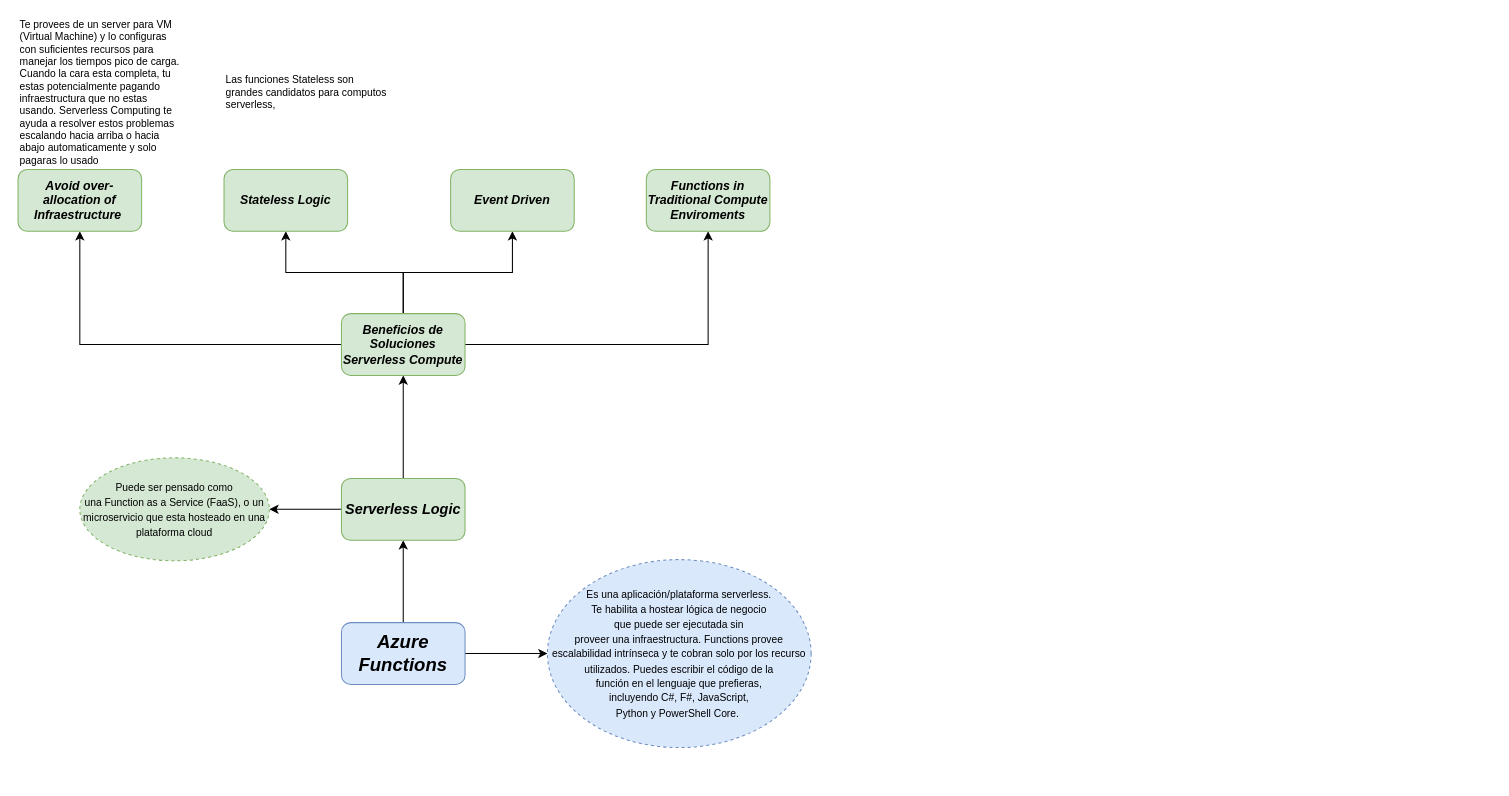
Before: Azure Functions.drawio in Redcouz/AzureDevOpsDiagram, a draw.io diagram. Source tidied: cells renumbered, new cells numbered last; positions are measured from the earlier drawing's top-left corner, leaving out a move shared by most shapes. Both pictures are drawn from the tidied source at 103%, with x=0, y=0 at pixel (18, 76).
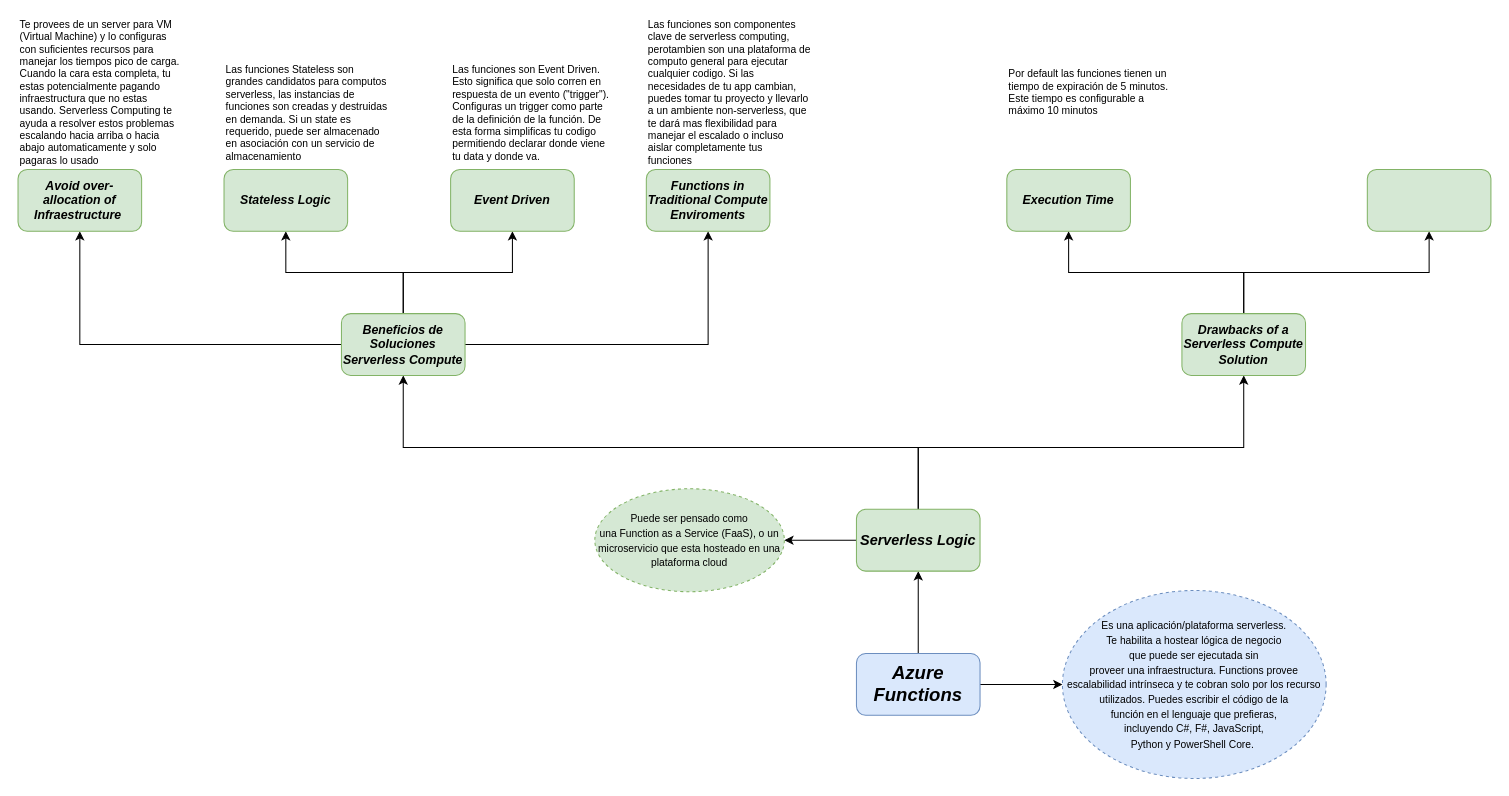
The same diagram, later.

The change refers to these unchanged cells:
```xml
<mxCell id="12" value="&lt;b&gt;&lt;i&gt;Beneficios de Soluciones Serverless Compute&lt;/i&gt;&lt;/b&gt;" style="whiteSpace=wrap;html=1;rounded=1;strokeColor=#82b366;fillColor=#d5e8d4;" parent="1" vertex="1">
  <mxGeometry x="314" y="230" width="120" height="60" as="geometry" />
</mxCell>
```

The edit, as a diff of the source:
```diff
@@
     <mxCell id="3" style="edgeStyle=orthogonalEdgeStyle;rounded=0;jettySize=auto;html=1;fontSize=14;" parent="1" edge="1" source="4" target="13">
       <mxGeometry relative="1" as="geometry">
         <Array as="points">
-          <mxPoint x="500" y="560" />
-          <mxPoint x="500" y="560" />
+          <mxPoint x="1000" y="590" />
+          <mxPoint x="1000" y="590" />
         </Array>
       </mxGeometry>
     </mxCell>
     <mxCell id="4" value="&lt;b&gt;&lt;i&gt;&lt;font style=&quot;font-size: 18px&quot;&gt;Azure Functions&lt;/font&gt;&lt;/i&gt;&lt;/b&gt;" style="rounded=1;whiteSpace=wrap;html=1;fillColor=#dae8fc;strokeColor=#6c8ebf;" parent="1" vertex="1">
-      <mxGeometry x="314" y="530" width="120" height="60" as="geometry" />
+      <mxGeometry x="814" y="560" width="120" height="60" as="geometry" />
     </mxCell>
     <mxCell id="5" style="edgeStyle=orthogonalEdgeStyle;rounded=0;jettySize=auto;html=1;fontSize=14;" parent="1" edge="1" source="7" target="12">
       <mxGeometry relative="1" as="geometry">
         <Array as="points">
-          <mxPoint x="374" y="330" />
-          <mxPoint x="374" y="330" />
+          <mxPoint x="874" y="360" />
+          <mxPoint x="374" y="360" />
         </Array>
       </mxGeometry>
     </mxCell>
@@
+    <mxCell id="21" style="edgeStyle=orthogonalEdgeStyle;rounded=0;jettySize=auto;html=1;fontSize=10;" parent="1" edge="1" source="7" target="26">
+      <mxGeometry relative="1" as="geometry">
+        <Array as="points">
+          <mxPoint x="874" y="360" />
+          <mxPoint x="1190" y="360" />
+        </Array>
+      </mxGeometry>
+    </mxCell>
     <mxCell id="7" value="&lt;font style=&quot;font-size: 14px&quot;&gt;&lt;b&gt;&lt;i&gt;Serverless Logic&lt;/i&gt;&lt;/b&gt;&lt;/font&gt;" style="whiteSpace=wrap;html=1;rounded=1;strokeColor=#82b366;fillColor=#d5e8d4;" parent="1" vertex="1">
-      <mxGeometry x="314" y="390" width="120" height="60" as="geometry" />
+      <mxGeometry x="814" y="420" width="120" height="60" as="geometry" />
     </mxCell>
@@
     <mxCell id="13" value="&lt;font style=&quot;font-size: 10px&quot;&gt;Es una aplicación/plataforma serverless. &lt;br&gt;Te habilita a hostear lógica de negocio &lt;br&gt;que puede ser ejecutada sin &lt;br&gt;proveer una infraestructura. Functions provee escalabilidad intrínseca y te cobran solo por los recurso utilizados. Puedes escribir el código de la &lt;br&gt;función en el lenguaje que prefieras, &lt;br&gt;incluyendo C#, F#, JavaScript, &lt;br&gt;Python y PowerShell Core.&amp;nbsp;&lt;/font&gt;" style="ellipse;whiteSpace=wrap;html=1;rounded=1;strokeColor=#6c8ebf;fillColor=#dae8fc;dashed=1;" parent="1" vertex="1">
-      <mxGeometry x="514" y="468.8" width="256" height="182.5" as="geometry" />
+      <mxGeometry x="1014" y="498.8" width="256" height="182.5" as="geometry" />
     </mxCell>
     <mxCell id="14" value="&lt;font style=&quot;font-size: 10px&quot;&gt;Puede ser pensado como &lt;br&gt;una Function as a Service (FaaS), o un microservicio que esta hosteado en una plataforma cloud&lt;/font&gt;" style="ellipse;whiteSpace=wrap;html=1;rounded=1;strokeColor=#82b366;fillColor=#d5e8d4;dashed=1;" parent="1" vertex="1">
-      <mxGeometry x="60" y="370" width="184" height="100" as="geometry" />
+      <mxGeometry x="560" y="400" width="184" height="100" as="geometry" />
     </mxCell>
@@
-    <mxCell id="20" value="Las funciones Stateless son grandes candidatos para computos serverless,&amp;nbsp;" style="text;html=1;strokeColor=none;fillColor=none;align=left;verticalAlign=middle;whiteSpace=wrap;rounded=0;dashed=1;fontSize=10;" parent="1" vertex="1">
-      <mxGeometry x="200" width="160" height="30" as="geometry" />
+    <mxCell id="20" value="Las funciones Stateless son grandes candidatos para computos serverless, las instancias de funciones son creadas y destruidas en demanda. Si un state es requerido, puede ser almacenado en asociación con un servicio de almacenamiento" style="text;html=1;strokeColor=none;fillColor=none;align=left;verticalAlign=middle;whiteSpace=wrap;rounded=0;dashed=1;fontSize=10;" parent="1" vertex="1">
+      <mxGeometry x="200" y="20" width="160" height="30" as="geometry" />
     </mxCell>
+    <mxCell id="22" value="Las funciones son Event Driven. Esto significa que solo corren en respuesta de un evento (&quot;trigger&quot;). Configuras un trigger como parte de la definición de la función. De esta forma simplificas tu codigo permitiendo declarar donde viene tu data y donde va.&amp;nbsp;&amp;nbsp;" style="text;html=1;strokeColor=none;fillColor=none;align=left;verticalAlign=middle;whiteSpace=wrap;rounded=0;dashed=1;fontSize=10;" parent="1" vertex="1">
+      <mxGeometry x="420" y="20" width="160" height="30" as="geometry" />
+    </mxCell>
+    <mxCell id="23" value="Las funciones son componentes clave de serverless computing, perotambien son una plataforma de computo general para ejecutar cualquier codigo. Si las necesidades de tu app cambian, puedes tomar tu proyecto y llevarlo a un ambiente non-serverless, que te dará mas flexibilidad para manejar el escalado o incluso aislar completamente tus funciones&amp;nbsp;" style="text;html=1;strokeColor=none;fillColor=none;align=left;verticalAlign=middle;whiteSpace=wrap;rounded=0;dashed=1;fontSize=10;" parent="1" vertex="1">
+      <mxGeometry x="610" width="160" height="30" as="geometry" />
+    </mxCell>
+    <mxCell id="24" style="edgeStyle=orthogonalEdgeStyle;rounded=0;jettySize=auto;html=1;fontSize=10;" parent="1" edge="1" source="26" target="27">
+      <mxGeometry relative="1" as="geometry">
+        <Array as="points">
+          <mxPoint x="1190" y="190" />
+          <mxPoint x="1020" y="190" />
+        </Array>
+      </mxGeometry>
+    </mxCell>
+    <mxCell id="25" style="edgeStyle=orthogonalEdgeStyle;rounded=0;jettySize=auto;html=1;fontSize=10;" parent="1" edge="1" source="26" target="28">
+      <mxGeometry relative="1" as="geometry">
+        <Array as="points">
+          <mxPoint x="1190" y="190" />
+          <mxPoint x="1370" y="190" />
+        </Array>
+      </mxGeometry>
+    </mxCell>
+    <mxCell id="26" value="&lt;b&gt;&lt;i&gt;Drawbacks of a Serverless Compute Solution&lt;/i&gt;&lt;/b&gt;" style="whiteSpace=wrap;html=1;rounded=1;strokeColor=#82b366;fillColor=#d5e8d4;" parent="1" vertex="1">
+      <mxGeometry x="1130" y="230" width="120" height="60" as="geometry" />
+    </mxCell>
+    <mxCell id="27" value="&lt;i&gt;&lt;b&gt;Execution Time&lt;/b&gt;&lt;/i&gt;" style="whiteSpace=wrap;html=1;rounded=1;strokeColor=#82b366;fillColor=#d5e8d4;" parent="1" vertex="1">
+      <mxGeometry x="960" y="90" width="120" height="60" as="geometry" />
+    </mxCell>
+    <mxCell id="28" style="whiteSpace=wrap;html=1;rounded=1;strokeColor=#82b366;fillColor=#d5e8d4;" parent="1" vertex="1">
+      <mxGeometry x="1310" y="90" width="120" height="60" as="geometry" />
+    </mxCell>
+    <mxCell id="29" value="Por default las funciones tienen un tiempo de expiración de 5 minutos. Este tiempo es configurable a máximo 10 minutos&amp;nbsp;" style="text;html=1;strokeColor=none;fillColor=none;align=left;verticalAlign=middle;whiteSpace=wrap;rounded=0;dashed=1;fontSize=10;" parent="1" vertex="1">
+      <mxGeometry x="960" width="160" height="30" as="geometry" />
+    </mxCell>
```
